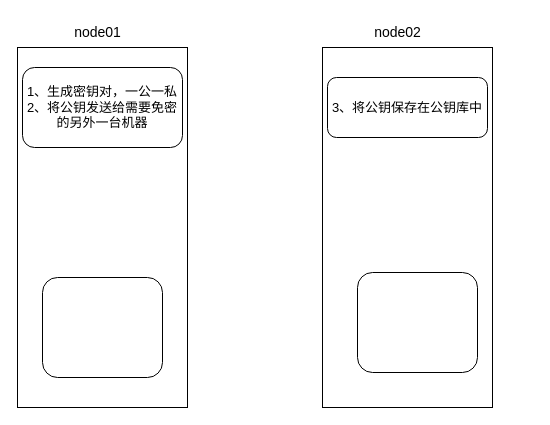
The draw.io diagram 未命名绘图.drawio in jacbo-emm/git01, before the edit. Source tidied: cells renumbered, new cells numbered last; positions are measured from the earlier drawing's top-left corner, leaving out a move shared by most shapes. Both pictures are drawn from the tidied source at 100%, with x=0, y=0 at pixel (17, 17).
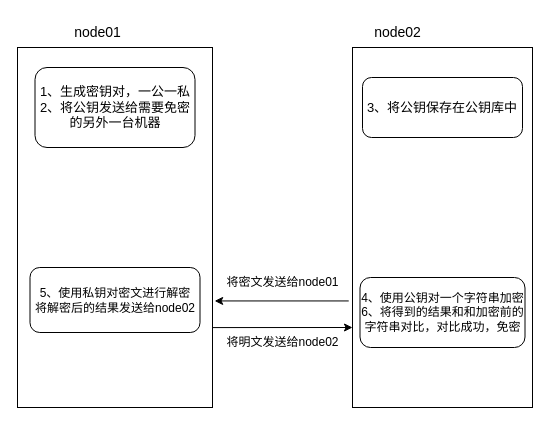
The same diagram, later.

Commit message:
更新未命名绘图.drawio

What changed in the source:
```diff
@@
 <mxGraphModel>
   <root>
     <mxCell id="0" />
     <mxCell id="1" parent="0" />
     <mxCell id="2" style="rounded=0;whiteSpace=wrap;html=1;" parent="1" vertex="1">
-      <mxGeometry x="305" y="30" width="170" height="360" as="geometry" />
+      <mxGeometry x="335" y="30" width="180" height="360" as="geometry" />
     </mxCell>
     <mxCell id="3" style="rounded=0;whiteSpace=wrap;html=1;" parent="1" vertex="1">
-      <mxGeometry y="30" width="170" height="360" as="geometry" />
+      <mxGeometry y="30" width="195" height="360" as="geometry" />
     </mxCell>
     <mxCell id="4" value="&lt;font style=&quot;font-size: 13px;&quot;&gt;1、生成密钥对，一公一私&lt;br&gt;2、将公钥发送给需要免密的另外一台机器&lt;/font&gt;" style="rounded=1;whiteSpace=wrap;html=1;" parent="1" vertex="1">
-      <mxGeometry x="5" y="50" width="160" height="80" as="geometry" />
+      <mxGeometry x="17.5" y="50" width="160" height="80" as="geometry" />
     </mxCell>
-    <mxCell id="5" style="rounded=1;whiteSpace=wrap;html=1;" parent="1" vertex="1">
-      <mxGeometry x="340" y="255" width="120" height="100" as="geometry" />
+    <mxCell id="5" value="4、使用公钥对一个字符串加密&lt;br&gt;6、将得到的结果和和加密前的字符串对比，对比成功，免密" style="rounded=1;whiteSpace=wrap;html=1;" parent="1" vertex="1">
+      <mxGeometry x="342.5" y="260" width="165" height="70" as="geometry" />
     </mxCell>
-    <mxCell id="6" style="rounded=1;whiteSpace=wrap;html=1;" parent="1" vertex="1">
-      <mxGeometry x="25" y="260" width="120" height="100" as="geometry" />
+    <mxCell id="6" value="&lt;font style=&quot;font-size: 12px;&quot;&gt;5、使用私钥对密文进行解密&lt;br&gt;将解密后的结果发送给node02&lt;/font&gt;" style="rounded=1;whiteSpace=wrap;html=1;" parent="1" vertex="1">
+      <mxGeometry x="12.5" y="250" width="170" height="65" as="geometry" />
     </mxCell>
     <mxCell id="7" value="&lt;font style=&quot;font-size: 13px;&quot;&gt;3、将公钥保存在公钥库中&lt;/font&gt;" style="rounded=1;whiteSpace=wrap;html=1;" parent="1" vertex="1">
-      <mxGeometry x="310" y="60" width="160" height="60" as="geometry" />
+      <mxGeometry x="345" y="60" width="160" height="60" as="geometry" />
     </mxCell>
     <mxCell id="8" value="&lt;font style=&quot;font-size: 14px;&quot;&gt;node01&lt;/font&gt;" style="text;html=1;align=center;verticalAlign=middle;strokeColor=none;fillColor=none;" parent="1" vertex="1">
       <mxGeometry x="45" width="70" height="30" as="geometry" />
     </mxCell>
     <mxCell id="9" value="node02" style="text;html=1;align=center;verticalAlign=middle;strokeColor=none;fillColor=none;fontSize=14;" parent="1" vertex="1">
       <mxGeometry x="345" width="70" height="30" as="geometry" />
     </mxCell>
+    <mxCell id="10" style="endArrow=classic;html=1;rounded=0;entryX=1.011;entryY=0.704;entryDx=0;entryDy=0;entryPerimeter=0;exitX=-0.021;exitY=0.704;exitDx=0;exitDy=0;exitPerimeter=0;" parent="1" edge="1" source="2" target="3">
+      <mxGeometry relative="1" as="geometry" />
+    </mxCell>
+    <mxCell id="11" value="将密文发送给node01" style="text;html=1;align=center;verticalAlign=middle;strokeColor=none;fillColor=none;" parent="1" vertex="1">
+      <mxGeometry x="195" y="250" width="140" height="30" as="geometry" />
+    </mxCell>
+    <mxCell id="12" style="endArrow=classic;html=1;rounded=0;fontSize=12;exitX=1;exitY=0.778;exitDx=0;exitDy=0;exitPerimeter=0;" parent="1" edge="1" source="3">
+      <mxGeometry relative="1" as="geometry">
+        <mxPoint x="335" y="310" as="targetPoint" />
+      </mxGeometry>
+    </mxCell>
+    <mxCell id="13" value="将明文发送给node02" style="text;html=1;align=center;verticalAlign=middle;strokeColor=none;fillColor=none;fontSize=12;" parent="1" vertex="1">
+      <mxGeometry x="195" y="310" width="140" height="30" as="geometry" />
+    </mxCell>
   </root>
 </mxGraphModel>
```
